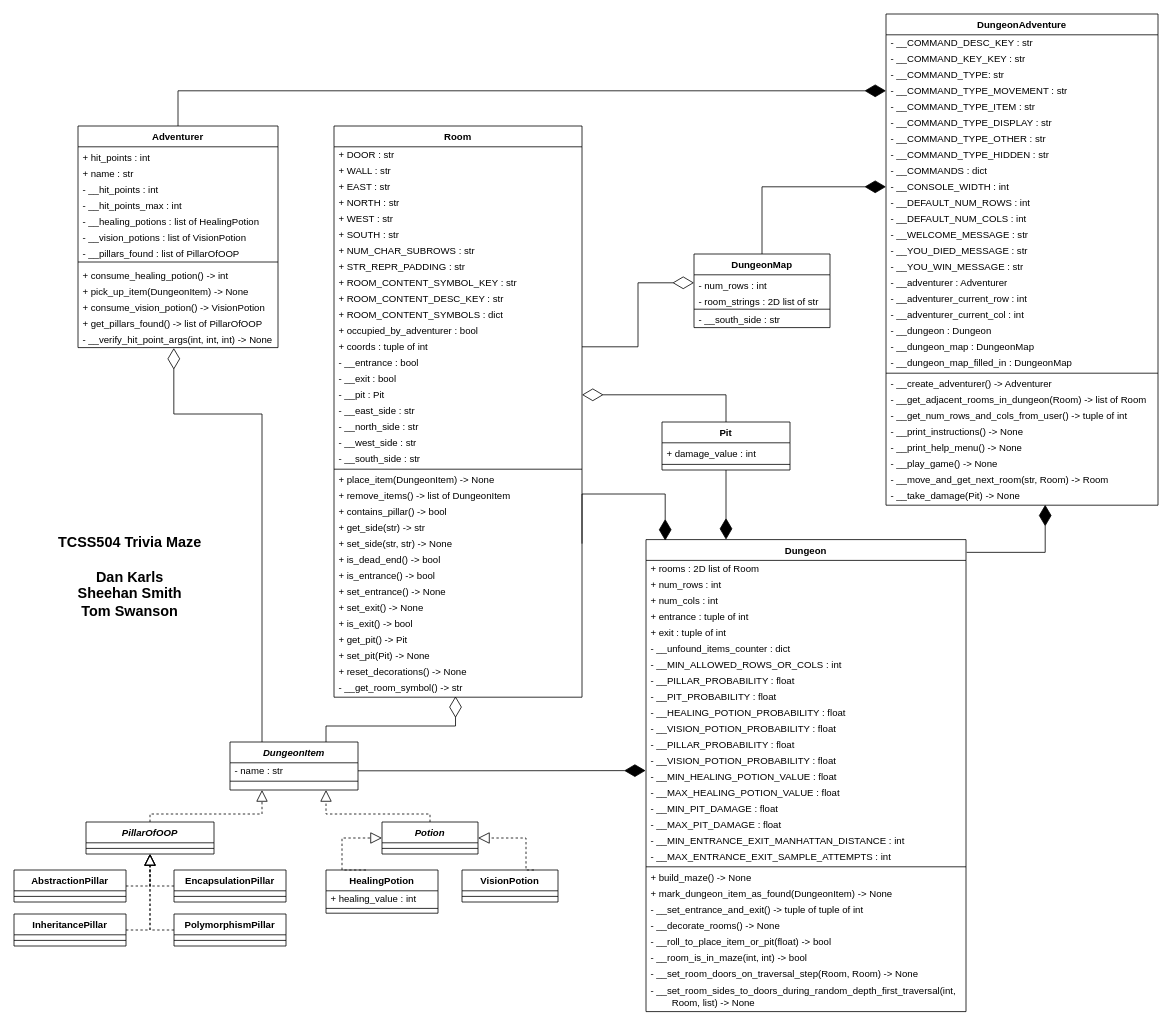
Before: doc/UML.drawio in dskarls/TCSS504-Trivia-Maze, a draw.io diagram. Source tidied: cells renumbered, new cells numbered last; positions are measured from the earlier drawing's top-left corner, leaving out a move shared by most shapes. Both pictures are drawn from the tidied source at 80%, with x=0, y=0 at pixel (14, 14).
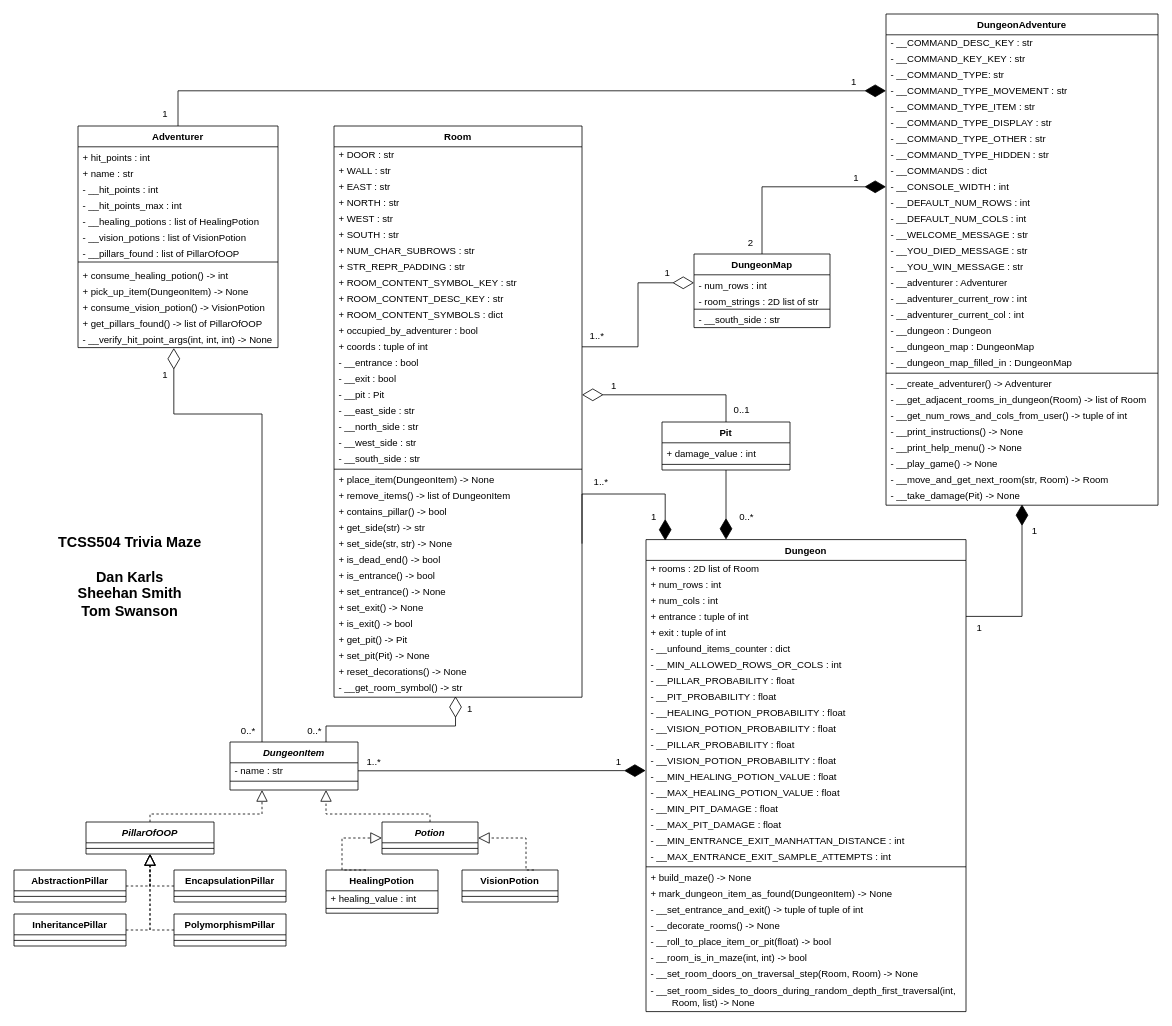
The same diagram, later.

Commit message:
DOC: Add cardinalities to UML

Unchanged cells that the change refers to:
```xml
<mxCell id="26" value="Dungeon" style="swimlane;fontStyle=1;align=center;verticalAlign=top;horizontal=1;startSize=26;" parent="1" vertex="1">
  <mxGeometry x="790" y="657" width="400" height="590" as="geometry" />
</mxCell>
<mxCell id="30" value="+ entrance : tuple of int" style="text;strokeColor=none;fillColor=none;align=left;verticalAlign=middle;spacingLeft=4;spacingRight=4;overflow=hidden;points=[[0,0.5],[1,0.5]];portConstraint=eastwest;spacing=2;" parent="26" vertex="1">
  <mxGeometry y="86" width="400" height="20" as="geometry" />
</mxCell>
<mxCell id="154" value="- __take_damage(Pit) -&gt; None" style="text;strokeColor=none;fillColor=none;align=left;verticalAlign=middle;spacingLeft=4;spacingRight=4;overflow=hidden;points=[[0,0.5],[1,0.5]];portConstraint=eastwest;spacingBottom=3;" parent="124" vertex="1">
  <mxGeometry y="592" width="340" height="22" as="geometry" />
</mxCell>
```

What changed in the source:
```diff
@@
-    <mxCell id="157" style="endArrow=diamondThin;endFill=1;endSize=24;html=1;rounded=0;fontFamily=Courier New;fontSize=12;targetPerimeterSpacing=0;edgeStyle=elbowEdgeStyle;exitX=1.002;exitY=0.027;exitDx=0;exitDy=0;entryX=0.585;entryY=0.976;entryDx=0;entryDy=0;entryPerimeter=0;exitPerimeter=0;" parent="1" edge="1" source="26" target="154">
+    <mxCell id="157" style="endArrow=diamondThin;endFill=1;endSize=24;html=1;rounded=0;fontFamily=Courier New;fontSize=12;targetPerimeterSpacing=0;edgeStyle=elbowEdgeStyle;exitX=1;exitY=0.5;exitDx=0;exitDy=0;" parent="1" edge="1" source="30">
       <mxGeometry relative="1" as="geometry">
+        <mxPoint x="1260" y="613" as="targetPoint" />
         <Array as="points">
-          <mxPoint x="1289" y="650" />
+          <mxPoint x="1260" y="690" />
         </Array>
       </mxGeometry>
     </mxCell>
@@
+    <mxCell id="159" value="1..*" style="text;html=1;strokeColor=none;fillColor=none;align=center;verticalAlign=middle;whiteSpace=wrap;rounded=0;fontStyle=0;" parent="1" vertex="1">
+      <mxGeometry x="420" y="920" width="60" height="30" as="geometry" />
+    </mxCell>
+    <mxCell id="160" value="1" style="text;html=1;strokeColor=none;fillColor=none;align=center;verticalAlign=middle;whiteSpace=wrap;rounded=0;fontStyle=0;" parent="1" vertex="1">
+      <mxGeometry x="726" y="920" width="60" height="30" as="geometry" />
+    </mxCell>
+    <mxCell id="161" value="0..*" style="text;html=1;strokeColor=none;fillColor=none;align=center;verticalAlign=middle;whiteSpace=wrap;rounded=0;fontStyle=0;" parent="1" vertex="1">
+      <mxGeometry x="346" y="882" width="60" height="30" as="geometry" />
+    </mxCell>
+    <mxCell id="162" value="1" style="text;html=1;strokeColor=none;fillColor=none;align=center;verticalAlign=middle;whiteSpace=wrap;rounded=0;fontStyle=0;" parent="1" vertex="1">
+      <mxGeometry x="540" y="854" width="60" height="30" as="geometry" />
+    </mxCell>
+    <mxCell id="163" value="0..*" style="text;html=1;strokeColor=none;fillColor=none;align=center;verticalAlign=middle;whiteSpace=wrap;rounded=0;fontStyle=0;" parent="1" vertex="1">
+      <mxGeometry x="263" y="882" width="60" height="30" as="geometry" />
+    </mxCell>
+    <mxCell id="164" value="1" style="text;html=1;strokeColor=none;fillColor=none;align=center;verticalAlign=middle;whiteSpace=wrap;rounded=0;fontStyle=0;" parent="1" vertex="1">
+      <mxGeometry x="159" y="436" width="60" height="30" as="geometry" />
+    </mxCell>
+    <mxCell id="165" value="1" style="text;html=1;strokeColor=none;fillColor=none;align=center;verticalAlign=middle;whiteSpace=wrap;rounded=0;fontStyle=0;" parent="1" vertex="1">
+      <mxGeometry x="720" y="450" width="60" height="30" as="geometry" />
+    </mxCell>
+    <mxCell id="166" value="0..1" style="text;html=1;strokeColor=none;fillColor=none;align=center;verticalAlign=middle;whiteSpace=wrap;rounded=0;fontStyle=0;" parent="1" vertex="1">
+      <mxGeometry x="880" y="480" width="60" height="30" as="geometry" />
+    </mxCell>
+    <mxCell id="167" value="0..*" style="text;html=1;strokeColor=none;fillColor=none;align=center;verticalAlign=middle;whiteSpace=wrap;rounded=0;fontStyle=0;" parent="1" vertex="1">
+      <mxGeometry x="886" y="614" width="60" height="30" as="geometry" />
+    </mxCell>
+    <mxCell id="168" value="1..*" style="text;html=1;strokeColor=none;fillColor=none;align=center;verticalAlign=middle;whiteSpace=wrap;rounded=0;fontStyle=0;" parent="1" vertex="1">
+      <mxGeometry x="704" y="570" width="60" height="30" as="geometry" />
+    </mxCell>
+    <mxCell id="169" value="1" style="text;html=1;strokeColor=none;fillColor=none;align=center;verticalAlign=middle;whiteSpace=wrap;rounded=0;fontStyle=0;" parent="1" vertex="1">
+      <mxGeometry x="770" y="614" width="60" height="30" as="geometry" />
+    </mxCell>
+    <mxCell id="170" value="1" style="text;html=1;strokeColor=none;fillColor=none;align=center;verticalAlign=middle;whiteSpace=wrap;rounded=0;fontStyle=0;" parent="1" vertex="1">
+      <mxGeometry x="1177" y="753" width="60" height="30" as="geometry" />
+    </mxCell>
+    <mxCell id="171" value="1" style="text;html=1;strokeColor=none;fillColor=none;align=center;verticalAlign=middle;whiteSpace=wrap;rounded=0;fontStyle=0;" parent="1" vertex="1">
+      <mxGeometry x="1246" y="632" width="60" height="30" as="geometry" />
+    </mxCell>
+    <mxCell id="172" value="1" style="text;html=1;strokeColor=none;fillColor=none;align=center;verticalAlign=middle;whiteSpace=wrap;rounded=0;fontStyle=0;" parent="1" vertex="1">
+      <mxGeometry x="787" y="309" width="60" height="30" as="geometry" />
+    </mxCell>
+    <mxCell id="173" value="1..*" style="text;html=1;strokeColor=none;fillColor=none;align=center;verticalAlign=middle;whiteSpace=wrap;rounded=0;fontStyle=0;" parent="1" vertex="1">
+      <mxGeometry x="699" y="388" width="60" height="30" as="geometry" />
+    </mxCell>
+    <mxCell id="174" value="1" style="text;html=1;strokeColor=none;fillColor=none;align=center;verticalAlign=middle;whiteSpace=wrap;rounded=0;fontStyle=0;" parent="1" vertex="1">
+      <mxGeometry x="1023" y="190" width="60" height="30" as="geometry" />
+    </mxCell>
+    <mxCell id="175" value="2" style="text;html=1;strokeColor=none;fillColor=none;align=center;verticalAlign=middle;whiteSpace=wrap;rounded=0;fontStyle=0;" parent="1" vertex="1">
+      <mxGeometry x="891" y="272" width="60" height="30" as="geometry" />
+    </mxCell>
+    <mxCell id="176" value="1" style="text;html=1;strokeColor=none;fillColor=none;align=center;verticalAlign=middle;whiteSpace=wrap;rounded=0;fontStyle=0;" parent="1" vertex="1">
+      <mxGeometry x="159" y="110" width="60" height="30" as="geometry" />
+    </mxCell>
+    <mxCell id="177" value="1" style="text;html=1;strokeColor=none;fillColor=none;align=center;verticalAlign=middle;whiteSpace=wrap;rounded=0;fontStyle=0;" parent="1" vertex="1">
+      <mxGeometry x="1020" y="70" width="60" height="30" as="geometry" />
+    </mxCell>
```
